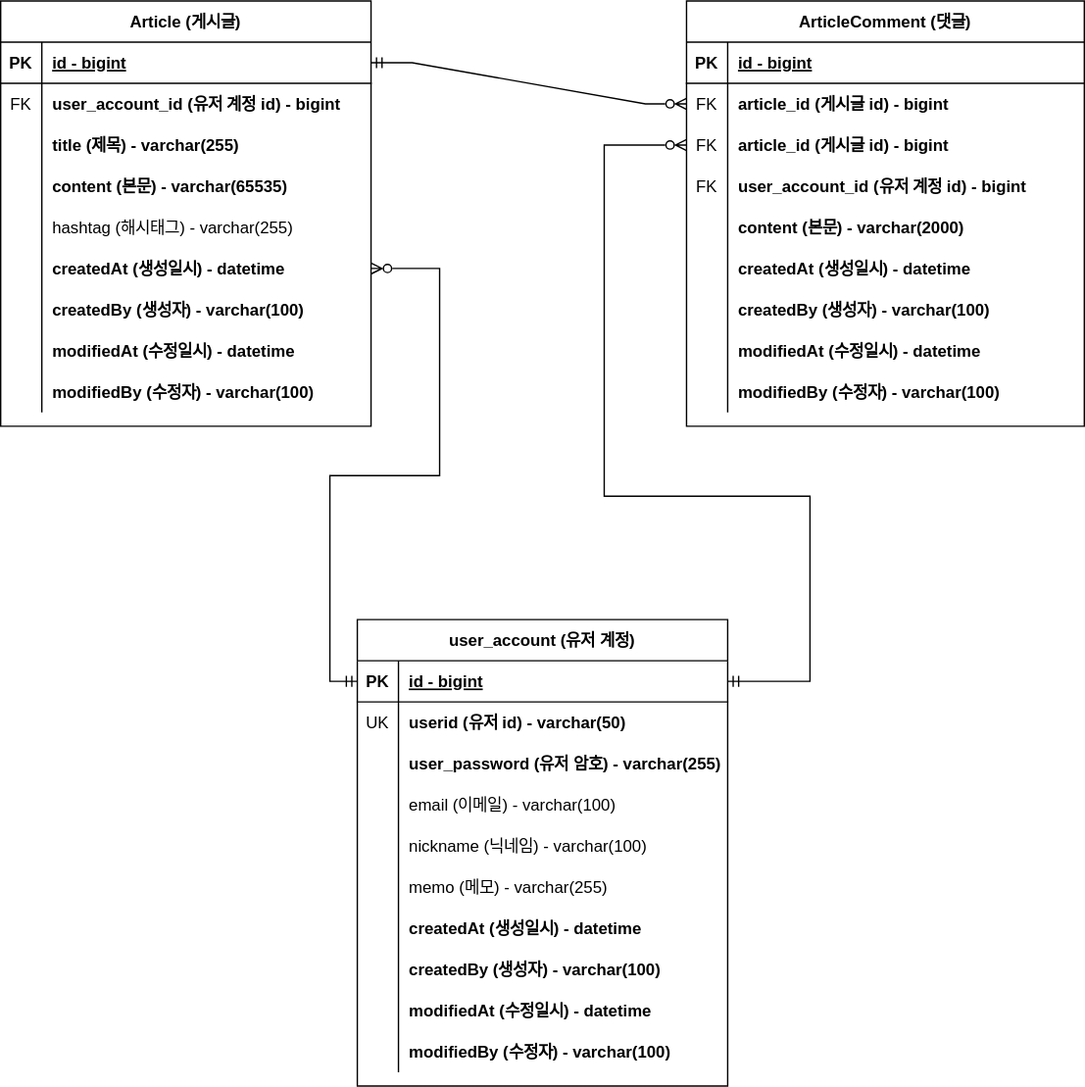
The draw.io diagram document/project-board-erd.svg in beginner0107/fast-project-board, before a commit. Source tidied: cells renumbered, new cells last; positions are measured from the earlier drawing's top-left corner, leaving out a move shared by most shapes.
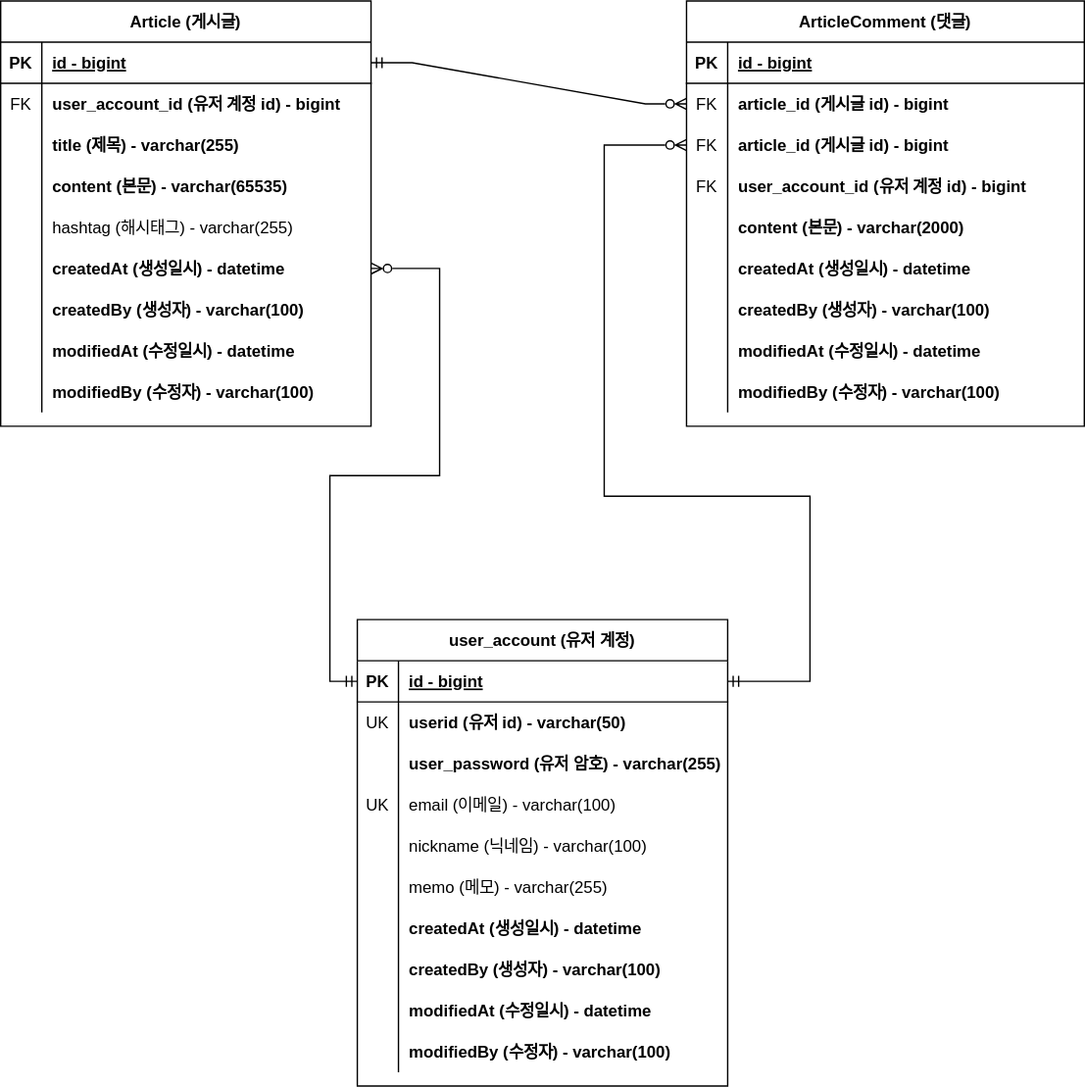
Later version of the same file.

Commit message:
#29 - erd 업데이트: 회원 계정 도메인의 이메일에 유니크 키 추가

The edit, as a diff of the source:
```diff
@@ -206,7 +206,7 @@
     <mxCell id="69" style="shape=tableRow;horizontal=0;startSize=0;swimlaneHead=0;swimlaneBody=0;fillColor=none;top=0;left=0;right=0;bottom=0;" parent="59" vertex="1">
       <mxGeometry y="120" width="270" height="30" as="geometry" />
     </mxCell>
-    <mxCell id="70" style="shape=partialRectangle;fillColor=none;top=0;left=0;bottom=0;right=0;overflow=hidden;" parent="69" vertex="1">
+    <mxCell id="70" value="UK" style="shape=partialRectangle;fillColor=none;top=0;left=0;bottom=0;right=0;overflow=hidden;" parent="69" vertex="1">
       <mxGeometry width="30" height="30" as="geometry" />
     </mxCell>
     <mxCell id="71" value="email (이메일) - varchar(100)    " style="shape=partialRectangle;fillColor=none;top=0;left=0;bottom=0;right=0;align=left;spacingLeft=6;overflow=hidden;fontStyle=0;" parent="69" vertex="1">
```
